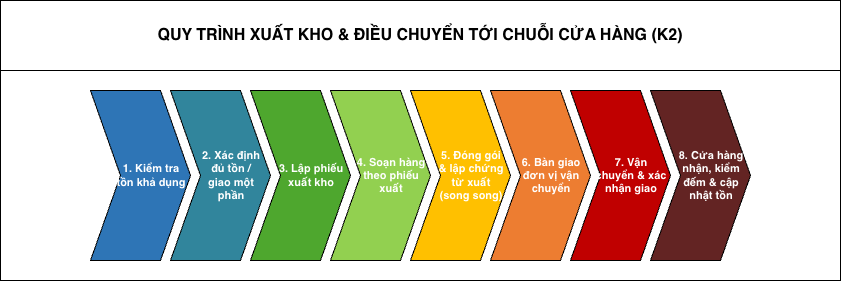
This is docs/workspaces/NguyenCongHung/svg/bpmn-chevron-k2.drawio.png from anthinh-io/bpm-acfc-vietnam-analysis, a draw.io export, as it was before one commit. Source tidied: cells renumbered, new cells last; positions are measured from the earlier drawing's top-left corner, leaving out a move shared by most shapes. Source of this version:
```xml
<mxGraphModel>
  <root>
    <mxCell id="0" />
    <mxCell id="1" parent="0" />
    <mxCell id="2" value="QUY TRÌNH XUẤT KHO &amp; ĐIỀU CHUYỂN TỚI CHUỖI CỬA HÀNG (K2)" style="rounded=0;whiteSpace=wrap;html=1;align=center;verticalAlign=middle;fontSize=16;fontStyle=1;fontColor=#000000;" parent="1" vertex="1">
      <mxGeometry width="840" height="70" as="geometry" />
    </mxCell>
    <mxCell id="3" style="rounded=0;whiteSpace=wrap;html=1;" parent="1" vertex="1">
      <mxGeometry y="70" width="840" height="210" as="geometry" />
    </mxCell>
    <mxCell id="4" value="1. Kiểm tra&lt;br&gt;tồn khả dụng" style="html=1;shadow=0;dashed=0;align=center;verticalAlign=middle;shape=mxgraph.arrows2.arrow;dy=0;dx=30;notch=30;whiteSpace=wrap;spacingLeft=22;fillColor=#2E75B6;strokeColor=#000000;fontColor=#ffffff;fontSize=11;fontStyle=1;" parent="1" vertex="1">
      <mxGeometry x="90" y="90" width="100" height="170" as="geometry" />
    </mxCell>
    <mxCell id="5" value="2. Xác định&lt;br&gt;đủ tồn /&lt;br&gt;giao một&lt;br&gt;phần" style="html=1;shadow=0;dashed=0;align=center;verticalAlign=middle;shape=mxgraph.arrows2.arrow;dy=0;dx=30;notch=30;whiteSpace=wrap;spacingLeft=22;fillColor=#31859C;strokeColor=#000000;fontColor=#ffffff;fontSize=11;fontStyle=1;" parent="1" vertex="1">
      <mxGeometry x="170" y="90" width="100" height="170" as="geometry" />
    </mxCell>
    <mxCell id="6" value="3. Lập phiếu&lt;br&gt;xuất kho" style="html=1;shadow=0;dashed=0;align=center;verticalAlign=middle;shape=mxgraph.arrows2.arrow;dy=0;dx=30;notch=30;whiteSpace=wrap;spacingLeft=22;fillColor=#4EA72E;strokeColor=#000000;fontColor=#ffffff;fontSize=11;fontStyle=1;" parent="1" vertex="1">
      <mxGeometry x="250" y="90" width="100" height="170" as="geometry" />
    </mxCell>
    <mxCell id="7" value="4. Soạn hàng&lt;br&gt;theo phiếu&lt;br&gt;xuất" style="html=1;shadow=0;dashed=0;align=center;verticalAlign=middle;shape=mxgraph.arrows2.arrow;dy=0;dx=30;notch=30;whiteSpace=wrap;spacingLeft=22;fillColor=#92D050;strokeColor=#000000;fontColor=#ffffff;fontSize=11;fontStyle=1;" parent="1" vertex="1">
      <mxGeometry x="330" y="90" width="100" height="170" as="geometry" />
    </mxCell>
    <mxCell id="8" value="5. Đóng gói&lt;br&gt;&amp; lập chứng&lt;br&gt;từ xuất&lt;br&gt;(song song)" style="html=1;shadow=0;dashed=0;align=center;verticalAlign=middle;shape=mxgraph.arrows2.arrow;dy=0;dx=30;notch=30;whiteSpace=wrap;spacingLeft=22;fillColor=#FFC000;strokeColor=#000000;fontColor=#ffffff;fontSize=11;fontStyle=1;" parent="1" vertex="1">
      <mxGeometry x="410" y="90" width="100" height="170" as="geometry" />
    </mxCell>
    <mxCell id="9" value="6. Bàn giao&lt;br&gt;đơn vị vận&lt;br&gt;chuyển" style="html=1;shadow=0;dashed=0;align=center;verticalAlign=middle;shape=mxgraph.arrows2.arrow;dy=0;dx=30;notch=30;whiteSpace=wrap;spacingLeft=22;fillColor=#ED7D31;strokeColor=#000000;fontColor=#ffffff;fontSize=11;fontStyle=1;" parent="1" vertex="1">
      <mxGeometry x="490" y="90" width="100" height="170" as="geometry" />
    </mxCell>
    <mxCell id="10" value="7. Vận&lt;br&gt;chuyển &amp; xác&lt;br&gt;nhận giao" style="html=1;shadow=0;dashed=0;align=center;verticalAlign=middle;shape=mxgraph.arrows2.arrow;dy=0;dx=30;notch=30;whiteSpace=wrap;spacingLeft=22;fillColor=#C00000;strokeColor=#000000;fontColor=#ffffff;fontSize=11;fontStyle=1;" parent="1" vertex="1">
      <mxGeometry x="570" y="90" width="100" height="170" as="geometry" />
    </mxCell>
    <mxCell id="11" value="8. Cửa hàng&lt;br&gt;nhận, kiểm&lt;br&gt;đếm &amp; cập&lt;br&gt;nhật tồn" style="html=1;shadow=0;dashed=0;align=center;verticalAlign=middle;shape=mxgraph.arrows2.arrow;dy=0;dx=30;notch=30;whiteSpace=wrap;spacingLeft=22;fillColor=#632423;strokeColor=#000000;fontColor=#ffffff;fontSize=11;fontStyle=1;" parent="1" vertex="1">
      <mxGeometry x="650" y="90" width="100" height="170" as="geometry" />
    </mxCell>
  </root>
</mxGraphModel>
```
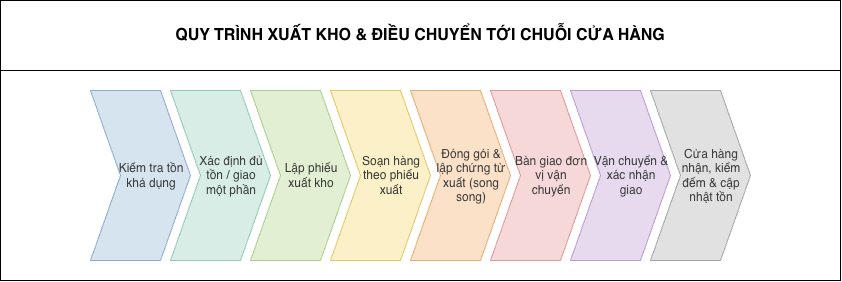
Above is the later version.

Diff of the diagram source:
```diff
@@ -2,34 +2,34 @@
   <root>
     <mxCell id="0" />
     <mxCell id="1" parent="0" />
-    <mxCell id="2" value="QUY TRÌNH XUẤT KHO &amp; ĐIỀU CHUYỂN TỚI CHUỖI CỬA HÀNG (K2)" style="rounded=0;whiteSpace=wrap;html=1;align=center;verticalAlign=middle;fontSize=16;fontStyle=1;fontColor=#000000;" parent="1" vertex="1">
+    <mxCell id="2" value="QUY TRÌNH XUẤT KHO &amp; ĐIỀU CHUYỂN TỚI CHUỖI CỬA HÀNG" style="rounded=0;whiteSpace=wrap;html=1;align=center;verticalAlign=middle;fontSize=16;fontStyle=1;fontColor=#000000;" parent="1" vertex="1">
       <mxGeometry width="840" height="70" as="geometry" />
     </mxCell>
     <mxCell id="3" style="rounded=0;whiteSpace=wrap;html=1;" parent="1" vertex="1">
       <mxGeometry y="70" width="840" height="210" as="geometry" />
     </mxCell>
-    <mxCell id="4" value="1. Kiểm tra&lt;br&gt;tồn khả dụng" style="html=1;shadow=0;dashed=0;align=center;verticalAlign=middle;shape=mxgraph.arrows2.arrow;dy=0;dx=30;notch=30;whiteSpace=wrap;spacingLeft=22;fillColor=#2E75B6;strokeColor=#000000;fontColor=#ffffff;fontSize=11;fontStyle=1;" parent="1" vertex="1">
+    <mxCell id="4" value="Kiểm tra tồn&lt;br&gt;khả dụng" style="html=1;shadow=0;dashed=0;align=center;verticalAlign=middle;shape=mxgraph.arrows2.arrow;dy=0;dx=30;notch=30;whiteSpace=wrap;spacingLeft=22;fillColor=#D6E4F0;strokeColor=#8FAAD1;fontColor=#3B3B3B;fontSize=12;fontStyle=0;" parent="1" vertex="1">
       <mxGeometry x="90" y="90" width="100" height="170" as="geometry" />
     </mxCell>
-    <mxCell id="5" value="2. Xác định&lt;br&gt;đủ tồn /&lt;br&gt;giao một&lt;br&gt;phần" style="html=1;shadow=0;dashed=0;align=center;verticalAlign=middle;shape=mxgraph.arrows2.arrow;dy=0;dx=30;notch=30;whiteSpace=wrap;spacingLeft=22;fillColor=#31859C;strokeColor=#000000;fontColor=#ffffff;fontSize=11;fontStyle=1;" parent="1" vertex="1">
+    <mxCell id="5" value="Xác định đủ&lt;br&gt;tồn / giao&lt;br&gt;một phần" style="html=1;shadow=0;dashed=0;align=center;verticalAlign=middle;shape=mxgraph.arrows2.arrow;dy=0;dx=30;notch=30;whiteSpace=wrap;spacingLeft=22;fillColor=#D7EDE6;strokeColor=#8FCBB8;fontColor=#3B3B3B;fontSize=12;fontStyle=0;" parent="1" vertex="1">
       <mxGeometry x="170" y="90" width="100" height="170" as="geometry" />
     </mxCell>
-    <mxCell id="6" value="3. Lập phiếu&lt;br&gt;xuất kho" style="html=1;shadow=0;dashed=0;align=center;verticalAlign=middle;shape=mxgraph.arrows2.arrow;dy=0;dx=30;notch=30;whiteSpace=wrap;spacingLeft=22;fillColor=#4EA72E;strokeColor=#000000;fontColor=#ffffff;fontSize=11;fontStyle=1;" parent="1" vertex="1">
+    <mxCell id="6" value="Lập phiếu&lt;br&gt;xuất kho" style="html=1;shadow=0;dashed=0;align=center;verticalAlign=middle;shape=mxgraph.arrows2.arrow;dy=0;dx=30;notch=30;whiteSpace=wrap;spacingLeft=22;fillColor=#E3EFD3;strokeColor=#A9CC8F;fontColor=#3B3B3B;fontSize=12;fontStyle=0;" parent="1" vertex="1">
       <mxGeometry x="250" y="90" width="100" height="170" as="geometry" />
     </mxCell>
-    <mxCell id="7" value="4. Soạn hàng&lt;br&gt;theo phiếu&lt;br&gt;xuất" style="html=1;shadow=0;dashed=0;align=center;verticalAlign=middle;shape=mxgraph.arrows2.arrow;dy=0;dx=30;notch=30;whiteSpace=wrap;spacingLeft=22;fillColor=#92D050;strokeColor=#000000;fontColor=#ffffff;fontSize=11;fontStyle=1;" parent="1" vertex="1">
+    <mxCell id="7" value="Soạn hàng&lt;br&gt;theo phiếu&lt;br&gt;xuất" style="html=1;shadow=0;dashed=0;align=center;verticalAlign=middle;shape=mxgraph.arrows2.arrow;dy=0;dx=30;notch=30;whiteSpace=wrap;spacingLeft=22;fillColor=#FBF0C7;strokeColor=#E2C766;fontColor=#3B3B3B;fontSize=12;fontStyle=0;" parent="1" vertex="1">
       <mxGeometry x="330" y="90" width="100" height="170" as="geometry" />
     </mxCell>
-    <mxCell id="8" value="5. Đóng gói&lt;br&gt;&amp; lập chứng&lt;br&gt;từ xuất&lt;br&gt;(song song)" style="html=1;shadow=0;dashed=0;align=center;verticalAlign=middle;shape=mxgraph.arrows2.arrow;dy=0;dx=30;notch=30;whiteSpace=wrap;spacingLeft=22;fillColor=#FFC000;strokeColor=#000000;fontColor=#ffffff;fontSize=11;fontStyle=1;" parent="1" vertex="1">
+    <mxCell id="8" value="Đóng gói &amp;&lt;br&gt;lập chứng từ&lt;br&gt;xuất (song&lt;br&gt;song)" style="html=1;shadow=0;dashed=0;align=center;verticalAlign=middle;shape=mxgraph.arrows2.arrow;dy=0;dx=30;notch=30;whiteSpace=wrap;spacingLeft=22;fillColor=#FBE1C7;strokeColor=#E6AD70;fontColor=#3B3B3B;fontSize=12;fontStyle=0;" parent="1" vertex="1">
       <mxGeometry x="410" y="90" width="100" height="170" as="geometry" />
     </mxCell>
-    <mxCell id="9" value="6. Bàn giao&lt;br&gt;đơn vị vận&lt;br&gt;chuyển" style="html=1;shadow=0;dashed=0;align=center;verticalAlign=middle;shape=mxgraph.arrows2.arrow;dy=0;dx=30;notch=30;whiteSpace=wrap;spacingLeft=22;fillColor=#ED7D31;strokeColor=#000000;fontColor=#ffffff;fontSize=11;fontStyle=1;" parent="1" vertex="1">
+    <mxCell id="9" value="Bàn giao đơn&lt;br&gt;vị vận&lt;br&gt;chuyển" style="html=1;shadow=0;dashed=0;align=center;verticalAlign=middle;shape=mxgraph.arrows2.arrow;dy=0;dx=30;notch=30;whiteSpace=wrap;spacingLeft=22;fillColor=#F6D8D8;strokeColor=#DE9797;fontColor=#3B3B3B;fontSize=12;fontStyle=0;" parent="1" vertex="1">
       <mxGeometry x="490" y="90" width="100" height="170" as="geometry" />
     </mxCell>
-    <mxCell id="10" value="7. Vận&lt;br&gt;chuyển &amp; xác&lt;br&gt;nhận giao" style="html=1;shadow=0;dashed=0;align=center;verticalAlign=middle;shape=mxgraph.arrows2.arrow;dy=0;dx=30;notch=30;whiteSpace=wrap;spacingLeft=22;fillColor=#C00000;strokeColor=#000000;fontColor=#ffffff;fontSize=11;fontStyle=1;" parent="1" vertex="1">
+    <mxCell id="10" value="Vận chuyển &amp;&lt;br&gt;xác nhận&lt;br&gt;giao" style="html=1;shadow=0;dashed=0;align=center;verticalAlign=middle;shape=mxgraph.arrows2.arrow;dy=0;dx=30;notch=30;whiteSpace=wrap;spacingLeft=22;fillColor=#E7DAEF;strokeColor=#B99BD1;fontColor=#3B3B3B;fontSize=12;fontStyle=0;" parent="1" vertex="1">
       <mxGeometry x="570" y="90" width="100" height="170" as="geometry" />
     </mxCell>
-    <mxCell id="11" value="8. Cửa hàng&lt;br&gt;nhận, kiểm&lt;br&gt;đếm &amp; cập&lt;br&gt;nhật tồn" style="html=1;shadow=0;dashed=0;align=center;verticalAlign=middle;shape=mxgraph.arrows2.arrow;dy=0;dx=30;notch=30;whiteSpace=wrap;spacingLeft=22;fillColor=#632423;strokeColor=#000000;fontColor=#ffffff;fontSize=11;fontStyle=1;" parent="1" vertex="1">
+    <mxCell id="11" value="Cửa hàng&lt;br&gt;nhận, kiểm&lt;br&gt;đếm &amp; cập&lt;br&gt;nhật tồn" style="html=1;shadow=0;dashed=0;align=center;verticalAlign=middle;shape=mxgraph.arrows2.arrow;dy=0;dx=30;notch=30;whiteSpace=wrap;spacingLeft=22;fillColor=#E1E1E1;strokeColor=#A6A6A6;fontColor=#3B3B3B;fontSize=12;fontStyle=0;" parent="1" vertex="1">
       <mxGeometry x="650" y="90" width="100" height="170" as="geometry" />
     </mxCell>
   </root>
```
